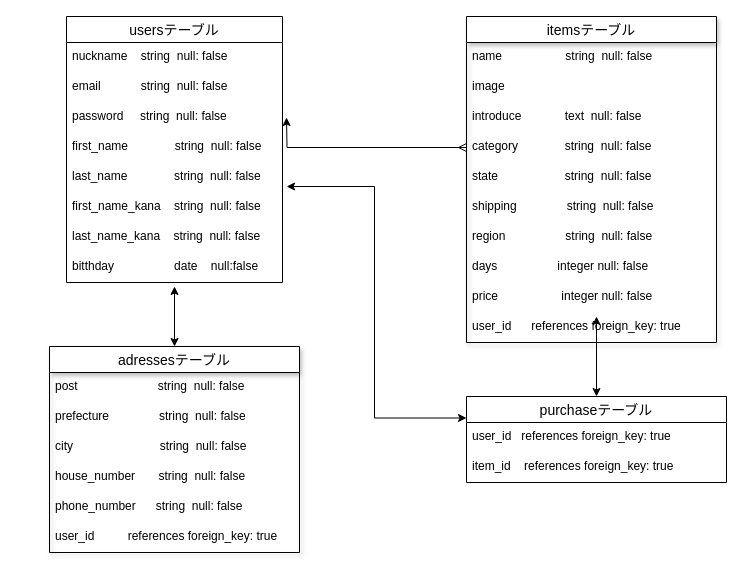
Before: ER.dio in fpon/furima-34800, a draw.io diagram. Source tidied: cells renumbered, new cells numbered last; positions are measured from the earlier drawing's top-left corner, leaving out a move shared by most shapes. Both pictures are drawn from the tidied source at 100%, with x=0, y=0 at pixel (49, 16).
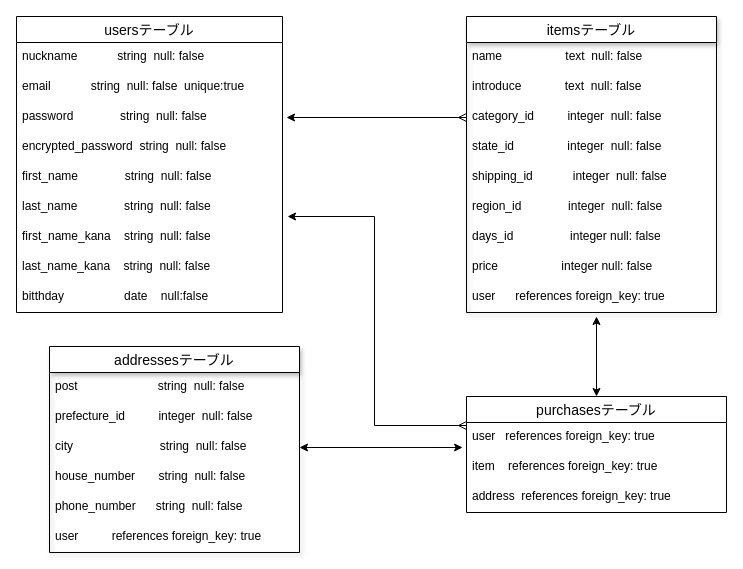
The same page after the edit.

Commit message (it also covers changes not shown here):
データベース設計　修正２

The change refers to these unchanged cells:
```xml
<mxCell id="26" value="city                          string  null: false&#10;" style="text;strokeColor=none;fillColor=none;spacingLeft=4;spacingRight=4;overflow=hidden;points=[[0,0.5],[1,0.5]];portConstraint=eastwest;fontSize=12;" parent="23" vertex="1">
  <mxGeometry y="86" width="250" height="30" as="geometry" />
</mxCell>
```

Diff of the diagram source:
```diff
@@
     <mxCell id="2" value="usersテーブル" style="swimlane;fontStyle=0;horizontal=1;startSize=26;align=center;fontSize=14;" parent="1" vertex="1">
-      <mxGeometry x="17" width="216" height="266" as="geometry" />
+      <mxGeometry x="-33" width="266" height="296" as="geometry" />
     </mxCell>
-    <mxCell id="3" value="nuckname    string  null: false" style="text;strokeColor=none;fillColor=none;spacingLeft=4;spacingRight=4;overflow=hidden;fontSize=12;" parent="2" vertex="1">
-      <mxGeometry y="26" width="216" height="30" as="geometry" />
+    <mxCell id="3" value="nuckname            string  null: false" style="text;strokeColor=none;fillColor=none;spacingLeft=4;spacingRight=4;overflow=hidden;fontSize=12;" parent="2" vertex="1">
+      <mxGeometry y="26" width="266" height="30" as="geometry" />
     </mxCell>
-    <mxCell id="4" value="email            string  null: false" style="text;strokeColor=none;fillColor=none;spacingLeft=4;spacingRight=4;overflow=hidden;fontSize=12;" parent="2" vertex="1">
-      <mxGeometry y="56" width="216" height="30" as="geometry" />
+    <mxCell id="4" value="email            string  null: false  unique:true　　" style="text;strokeColor=none;fillColor=none;spacingLeft=4;spacingRight=4;overflow=hidden;fontSize=12;" parent="2" vertex="1">
+      <mxGeometry y="56" width="266" height="30" as="geometry" />
     </mxCell>
-    <mxCell id="5" value="password     string  null: false" style="text;strokeColor=none;fillColor=none;spacingLeft=4;spacingRight=4;overflow=hidden;fontSize=12;" parent="2" vertex="1">
-      <mxGeometry y="86" width="216" height="30" as="geometry" />
+    <mxCell id="5" value="password              string  null: false" style="text;strokeColor=none;fillColor=none;spacingLeft=4;spacingRight=4;overflow=hidden;fontSize=12;" parent="2" vertex="1">
+      <mxGeometry y="86" width="266" height="30" as="geometry" />
     </mxCell>
+    <mxCell id="36" value="encrypted_password  string  null: false" style="text;strokeColor=none;fillColor=none;spacingLeft=4;spacingRight=4;overflow=hidden;fontSize=12;" parent="2" vertex="1">
+      <mxGeometry y="116" width="266" height="30" as="geometry" />
+    </mxCell>
     <mxCell id="6" value="first_name              string  null: false" style="text;strokeColor=none;fillColor=none;spacingLeft=4;spacingRight=4;overflow=hidden;fontSize=12;" parent="2" vertex="1">
-      <mxGeometry y="116" width="216" height="30" as="geometry" />
+      <mxGeometry y="146" width="266" height="30" as="geometry" />
     </mxCell>
     <mxCell id="7" value="last_name              string  null: false" style="text;strokeColor=none;fillColor=none;spacingLeft=4;spacingRight=4;overflow=hidden;points=[[0,0.5],[1,0.5]];portConstraint=eastwest;fontSize=12;" parent="2" vertex="1">
-      <mxGeometry y="146" width="216" height="30" as="geometry" />
+      <mxGeometry y="176" width="266" height="30" as="geometry" />
     </mxCell>
     <mxCell id="8" value="first_name_kana    string  null: false" style="text;strokeColor=none;fillColor=none;spacingLeft=4;spacingRight=4;overflow=hidden;fontSize=12;" parent="2" vertex="1">
-      <mxGeometry y="176" width="216" height="30" as="geometry" />
+      <mxGeometry y="206" width="266" height="30" as="geometry" />
     </mxCell>
     <mxCell id="9" value="last_name_kana    string  null: false" style="text;strokeColor=none;fillColor=none;spacingLeft=4;spacingRight=4;overflow=hidden;fontSize=12;startSize=30;" parent="2" vertex="1">
-      <mxGeometry y="206" width="216" height="30" as="geometry" />
+      <mxGeometry y="236" width="266" height="30" as="geometry" />
     </mxCell>
     <mxCell id="10" value="bitthday                  date    null:false&#10;" style="text;strokeColor=none;fillColor=none;spacingLeft=4;spacingRight=4;overflow=hidden;fontSize=12;startSize=30;shadow=1;" parent="2" vertex="1">
-      <mxGeometry y="236" width="216" height="30" as="geometry" />
+      <mxGeometry y="266" width="266" height="30" as="geometry" />
     </mxCell>
     <mxCell id="11" value="itemsテーブル" style="swimlane;fontStyle=0;horizontal=1;startSize=26;align=center;fontSize=14;shadow=1;" parent="1" vertex="1">
-      <mxGeometry x="417" width="250" height="326" as="geometry" />
+      <mxGeometry x="417" width="250" height="296" as="geometry" />
     </mxCell>
-    <mxCell id="12" value="name                   string  null: false" style="text;strokeColor=none;fillColor=none;spacingLeft=4;spacingRight=4;overflow=hidden;fontSize=12;" parent="11" vertex="1">
+    <mxCell id="12" value="name                   text  null: false" style="text;strokeColor=none;fillColor=none;spacingLeft=4;spacingRight=4;overflow=hidden;fontSize=12;" parent="11" vertex="1">
       <mxGeometry y="26" width="250" height="30" as="geometry" />
     </mxCell>
-    <mxCell id="13" value="image" style="text;strokeColor=none;fillColor=none;spacingLeft=4;spacingRight=4;overflow=hidden;fontSize=12;" parent="11" vertex="1">
-      <mxGeometry y="56" width="250" height="30" as="geometry" />
-    </mxCell>
     <mxCell id="14" value="introduce             text  null: false" style="text;strokeColor=none;fillColor=none;spacingLeft=4;spacingRight=4;overflow=hidden;fontSize=12;" parent="11" vertex="1">
-      <mxGeometry y="86" width="250" height="30" as="geometry" />
+      <mxGeometry y="56" width="250" height="30" as="geometry" />
     </mxCell>
-    <mxCell id="15" value="category              string  null: false" style="text;strokeColor=none;fillColor=none;spacingLeft=4;spacingRight=4;overflow=hidden;points=[[0,0.5],[1,0.5]];portConstraint=eastwest;fontSize=12;shadow=1;startSize=30;" parent="11" vertex="1">
-      <mxGeometry y="116" width="250" height="30" as="geometry" />
+    <mxCell id="15" value="category_id          integer  null: false" style="text;strokeColor=none;fillColor=none;spacingLeft=4;spacingRight=4;overflow=hidden;points=[[0,0.5],[1,0.5]];portConstraint=eastwest;fontSize=12;shadow=1;startSize=30;" parent="11" vertex="1">
+      <mxGeometry y="86" width="250" height="30" as="geometry" />
     </mxCell>
-    <mxCell id="16" value="state                    string  null: false" style="text;strokeColor=none;fillColor=none;spacingLeft=4;spacingRight=4;overflow=hidden;fontSize=12;shadow=1;startSize=30;" parent="11" vertex="1">
-      <mxGeometry y="146" width="250" height="30" as="geometry" />
+    <mxCell id="16" value="state_id                integer  null: false" style="text;strokeColor=none;fillColor=none;spacingLeft=4;spacingRight=4;overflow=hidden;fontSize=12;shadow=1;startSize=30;" parent="11" vertex="1">
+      <mxGeometry y="116" width="250" height="30" as="geometry" />
     </mxCell>
-    <mxCell id="17" value="shipping               string  null: false" style="text;strokeColor=none;fillColor=none;spacingLeft=4;spacingRight=4;overflow=hidden;fontSize=12;shadow=1;startSize=30;" parent="11" vertex="1">
-      <mxGeometry y="176" width="250" height="30" as="geometry" />
+    <mxCell id="17" value="shipping_id            integer  null: false" style="text;strokeColor=none;fillColor=none;spacingLeft=4;spacingRight=4;overflow=hidden;fontSize=12;shadow=1;startSize=30;" parent="11" vertex="1">
+      <mxGeometry y="146" width="250" height="30" as="geometry" />
     </mxCell>
-    <mxCell id="18" value="region                  string  null: false" style="text;strokeColor=none;fillColor=none;spacingLeft=4;spacingRight=4;overflow=hidden;fontSize=12;shadow=1;startSize=30;" parent="11" vertex="1">
-      <mxGeometry y="206" width="250" height="30" as="geometry" />
+    <mxCell id="18" value="region_id              integer  null: false" style="text;strokeColor=none;fillColor=none;spacingLeft=4;spacingRight=4;overflow=hidden;fontSize=12;shadow=1;startSize=30;" parent="11" vertex="1">
+      <mxGeometry y="176" width="250" height="30" as="geometry" />
     </mxCell>
-    <mxCell id="19" value="days                  integer null: false&#10;                  " style="text;strokeColor=none;fillColor=none;spacingLeft=4;spacingRight=4;overflow=hidden;fontSize=12;shadow=1;startSize=30;" parent="11" vertex="1">
-      <mxGeometry y="236" width="250" height="30" as="geometry" />
+    <mxCell id="19" value="days_id                 integer null: false&#10;                  " style="text;strokeColor=none;fillColor=none;spacingLeft=4;spacingRight=4;overflow=hidden;fontSize=12;shadow=1;startSize=30;" parent="11" vertex="1">
+      <mxGeometry y="206" width="250" height="30" as="geometry" />
     </mxCell>
     <mxCell id="20" value="price                   integer null: false" style="text;strokeColor=none;fillColor=none;spacingLeft=4;spacingRight=4;overflow=hidden;fontSize=12;shadow=1;startSize=30;" parent="11" vertex="1">
-      <mxGeometry y="266" width="250" height="30" as="geometry" />
+      <mxGeometry y="236" width="250" height="30" as="geometry" />
     </mxCell>
-    <mxCell id="21" value="user_id      references foreign_key: true" style="text;strokeColor=none;fillColor=none;spacingLeft=4;spacingRight=4;overflow=hidden;fontSize=12;shadow=1;startSize=30;" parent="11" vertex="1">
-      <mxGeometry y="296" width="250" height="30" as="geometry" />
+    <mxCell id="21" value="user      references foreign_key: true" style="text;strokeColor=none;fillColor=none;spacingLeft=4;spacingRight=4;overflow=hidden;fontSize=12;shadow=1;startSize=30;" parent="11" vertex="1">
+      <mxGeometry y="266" width="250" height="30" as="geometry" />
     </mxCell>
-    <mxCell id="22" style="edgeStyle=orthogonalEdgeStyle;rounded=0;jettySize=auto;html=1;exitX=0.5;exitY=0;exitDx=0;exitDy=0;startArrow=classic;startFill=1;" parent="1" edge="1" source="23">
-      <mxGeometry relative="1" as="geometry">
-        <mxPoint x="125" y="270" as="targetPoint" />
-      </mxGeometry>
-    </mxCell>
-    <mxCell id="23" value="adressesテーブル" style="swimlane;fontStyle=0;horizontal=1;startSize=26;align=center;fontSize=14;shadow=1;" parent="1" vertex="1">
+    <mxCell id="23" value="addressesテーブル" style="swimlane;fontStyle=0;horizontal=1;startSize=26;align=center;fontSize=14;shadow=1;" parent="1" vertex="1">
       <mxGeometry y="330" width="250" height="206" as="geometry" />
     </mxCell>
@@
-    <mxCell id="25" value="prefecture               string  null: false" style="text;strokeColor=none;fillColor=none;spacingLeft=4;spacingRight=4;overflow=hidden;fontSize=12;" parent="23" vertex="1">
+    <mxCell id="25" value="prefecture_id          integer  null: false" style="text;strokeColor=none;fillColor=none;spacingLeft=4;spacingRight=4;overflow=hidden;fontSize=12;" parent="23" vertex="1">
       <mxGeometry y="56" width="250" height="30" as="geometry" />
     </mxCell>
@@
-    <mxCell id="29" value="user_id          references foreign_key: true" style="text;strokeColor=none;fillColor=none;spacingLeft=4;spacingRight=4;overflow=hidden;fontSize=12;shadow=1;startSize=30;" parent="23" vertex="1">
+    <mxCell id="29" value="user          references foreign_key: true" style="text;strokeColor=none;fillColor=none;spacingLeft=4;spacingRight=4;overflow=hidden;fontSize=12;shadow=1;startSize=30;" parent="23" vertex="1">
       <mxGeometry y="176" width="250" height="30" as="geometry" />
     </mxCell>
@@
-    <mxCell id="31" style="edgeStyle=orthogonalEdgeStyle;rounded=0;jettySize=auto;html=1;exitX=0;exitY=0.25;exitDx=0;exitDy=0;entryX=1.019;entryY=0.8;entryDx=0;entryDy=0;entryPerimeter=0;startArrow=classic;startFill=1;" parent="1" edge="1" source="32" target="7">
+    <mxCell id="31" style="edgeStyle=orthogonalEdgeStyle;rounded=0;jettySize=auto;html=1;exitX=0;exitY=0.25;exitDx=0;exitDy=0;entryX=1.019;entryY=0.8;entryDx=0;entryDy=0;entryPerimeter=0;startArrow=ERmany;startFill=0;endArrow=classic;endFill=1;" parent="1" edge="1" source="32" target="7">
       <mxGeometry relative="1" as="geometry" />
     </mxCell>
-    <mxCell id="32" value="purchaseテーブル" style="swimlane;fontStyle=0;horizontal=1;startSize=26;align=center;fontSize=14;" parent="1" vertex="1">
-      <mxGeometry x="417" y="380" width="260" height="86" as="geometry" />
+    <mxCell id="32" value="purchasesテーブル" style="swimlane;fontStyle=0;horizontal=1;startSize=26;align=center;fontSize=14;" parent="1" vertex="1">
+      <mxGeometry x="417" y="380" width="260" height="116" as="geometry" />
     </mxCell>
-    <mxCell id="33" value="user_id   references foreign_key: true" style="text;strokeColor=none;fillColor=none;spacingLeft=4;spacingRight=4;overflow=hidden;points=[[0,0.5],[1,0.5]];portConstraint=eastwest;fontSize=12;" parent="32" vertex="1">
+    <mxCell id="33" value="user   references foreign_key: true" style="text;strokeColor=none;fillColor=none;spacingLeft=4;spacingRight=4;overflow=hidden;points=[[0,0.5],[1,0.5]];portConstraint=eastwest;fontSize=12;" parent="32" vertex="1">
       <mxGeometry y="26" width="260" height="30" as="geometry" />
     </mxCell>
-    <mxCell id="34" value="item_id    references foreign_key: true" style="text;strokeColor=none;fillColor=none;spacingLeft=4;spacingRight=4;overflow=hidden;fontSize=12;" parent="32" vertex="1">
+    <mxCell id="34" value="item    references foreign_key: true" style="text;strokeColor=none;fillColor=none;spacingLeft=4;spacingRight=4;overflow=hidden;fontSize=12;" parent="32" vertex="1">
       <mxGeometry y="56" width="260" height="30" as="geometry" />
     </mxCell>
+    <mxCell id="37" value="address  references foreign_key: true" style="text;strokeColor=none;fillColor=none;spacingLeft=4;spacingRight=4;overflow=hidden;fontSize=12;" parent="32" vertex="1">
+      <mxGeometry y="86" width="260" height="30" as="geometry" />
+    </mxCell>
@@
+    <mxCell id="38" style="edgeStyle=orthogonalEdgeStyle;rounded=0;jettySize=auto;html=1;exitX=1;exitY=0.5;exitDx=0;exitDy=0;entryX=-0.015;entryY=0.833;entryDx=0;entryDy=0;entryPerimeter=0;startArrow=classic;startFill=1;endArrow=classic;endFill=1;" parent="1" edge="1" source="26" target="33">
+      <mxGeometry relative="1" as="geometry" />
+    </mxCell>
```
